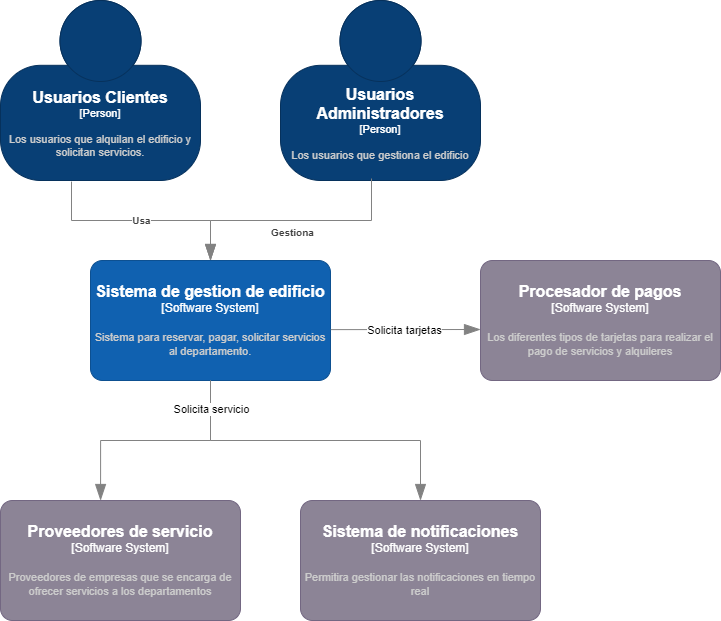
Before: 5/5.1/Diagrama Conceptual.png, a diagram exported from draw.io (ulima-arqui242/arqui242-grupo4). Source tidied: cells renumbered, new cells last; positions are measured from the earlier drawing's top-left corner, leaving out a move shared by most shapes.
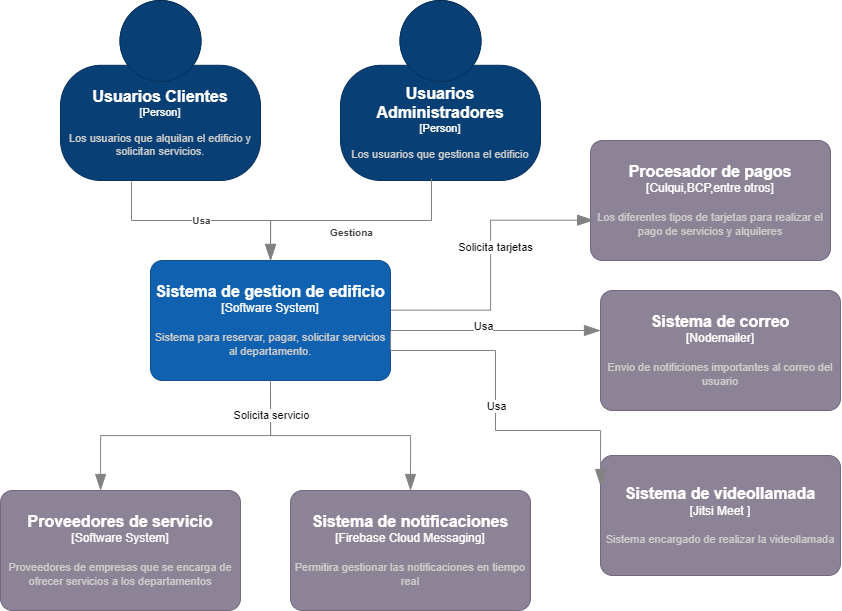
The same file after the commit.

Commit message:
Diagrama de c4  correjidos

The edit, as a diff of the source:
```diff
@@ -12,14 +12,14 @@
         <mxGeometry x="90" y="260" width="240" height="120" as="geometry" />
       </mxCell>
     </object>
-    <object id="4" label="&lt;font style=&quot;font-size: 16px&quot;&gt;&lt;b&gt;%c4Name%&lt;/b&gt;&lt;/font&gt;&lt;div&gt;[%c4Type%]&lt;/div&gt;&lt;br&gt;&lt;div&gt;&lt;font style=&quot;font-size: 11px&quot;&gt;&lt;font color=&quot;#cccccc&quot;&gt;%c4Description%&lt;/font&gt;&lt;/div&gt;" c4Description="Los diferentes tipos de tarjetas para realizar el pago de servicios y alquileres" c4Name="Procesador de pagos" c4Type="Software System" placeholders="1">
+    <object id="4" label="&lt;font style=&quot;font-size: 16px&quot;&gt;&lt;b&gt;%c4Name%&lt;/b&gt;&lt;/font&gt;&lt;div&gt;[%c4Type%]&lt;/div&gt;&lt;br&gt;&lt;div&gt;&lt;font style=&quot;font-size: 11px&quot;&gt;&lt;font color=&quot;#cccccc&quot;&gt;%c4Description%&lt;/font&gt;&lt;/div&gt;" c4Description="Los diferentes tipos de tarjetas para realizar el pago de servicios y alquileres" c4Name="Procesador de pagos" c4Type="Culqui,BCP,entre otros" placeholders="1">
       <mxCell style="rounded=1;whiteSpace=wrap;html=1;labelBackgroundColor=none;fillColor=#8C8496;fontColor=#ffffff;align=center;arcSize=10;strokeColor=#736782;points=[[0.25,0,0],[0.5,0,0],[0.75,0,0],[1,0.25,0],[1,0.5,0],[1,0.75,0],[0.75,1,0],[0.5,1,0],[0.25,1,0],[0,0.75,0],[0,0.5,0],[0,0.25,0]];" parent="1" vertex="1">
-        <mxGeometry x="480" y="260" width="240" height="120" as="geometry" />
+        <mxGeometry x="530" y="140" width="240" height="120" as="geometry" />
       </mxCell>
     </object>
     <object id="5" label="&lt;font style=&quot;font-size: 16px&quot;&gt;&lt;b&gt;%c4Name%&lt;/b&gt;&lt;/font&gt;&lt;div&gt;[%c4Type%]&lt;/div&gt;&lt;br&gt;&lt;div&gt;&lt;font style=&quot;font-size: 11px&quot;&gt;&lt;font color=&quot;#cccccc&quot;&gt;%c4Description%&lt;/font&gt;&lt;/div&gt;" c4Description="Proveedores de empresas que se encarga de ofrecer servicios a los departamentos" c4Name="Proveedores de servicio" c4Type="Software System" placeholders="1">
       <mxCell style="rounded=1;whiteSpace=wrap;html=1;labelBackgroundColor=none;fillColor=#8C8496;fontColor=#ffffff;align=center;arcSize=10;strokeColor=#736782;points=[[0.25,0,0],[0.5,0,0],[0.75,0,0],[1,0.25,0],[1,0.5,0],[1,0.75,0],[0.75,1,0],[0.5,1,0],[0.25,1,0],[0,0.75,0],[0,0.5,0],[0,0.25,0]];" parent="1" vertex="1">
-        <mxGeometry y="500" width="240" height="120" as="geometry" />
+        <mxGeometry x="-60" y="490" width="240" height="120" as="geometry" />
       </mxCell>
     </object>
     <object id="6" label="&lt;div style=&quot;text-align: left&quot;&gt;&lt;div style=&quot;text-align: center&quot;&gt;&lt;b&gt;%c4Description%&lt;/b&gt;&lt;/div&gt;" c4Description="Gestiona" c4Type="Relationship" placeholders="1">
@@ -42,9 +42,9 @@
         <mxGeometry relative="1" as="geometry" />
       </mxCell>
     </object>
-    <object id="9" label="&lt;font style=&quot;font-size: 16px&quot;&gt;&lt;b&gt;%c4Name%&lt;/b&gt;&lt;/font&gt;&lt;div&gt;[%c4Type%]&lt;/div&gt;&lt;br&gt;&lt;div&gt;&lt;font style=&quot;font-size: 11px&quot;&gt;&lt;font color=&quot;#cccccc&quot;&gt;%c4Description%&lt;/font&gt;&lt;/div&gt;" c4Description="Permitira gestionar las notificaciones en tiempo real" c4Name="Sistema de notificaciones" c4Type="Software System" placeholders="1">
+    <object id="9" label="&lt;font style=&quot;font-size: 16px&quot;&gt;&lt;b&gt;%c4Name%&lt;/b&gt;&lt;/font&gt;&lt;div&gt;[%c4Type%]&lt;/div&gt;&lt;br&gt;&lt;div&gt;&lt;font style=&quot;font-size: 11px&quot;&gt;&lt;font color=&quot;#cccccc&quot;&gt;%c4Description%&lt;/font&gt;&lt;/div&gt;" c4Description="Permitira gestionar las notificaciones en tiempo real" c4Name="Sistema de notificaciones" c4Type="Firebase Cloud Messaging" placeholders="1">
       <mxCell style="rounded=1;whiteSpace=wrap;html=1;labelBackgroundColor=none;fillColor=#8C8496;fontColor=#ffffff;align=center;arcSize=10;strokeColor=#736782;points=[[0.25,0,0],[0.5,0,0],[0.75,0,0],[1,0.25,0],[1,0.5,0],[1,0.75,0],[0.75,1,0],[0.5,1,0],[0.25,1,0],[0,0.75,0],[0,0.5,0],[0,0.25,0]];" parent="1" vertex="1">
-        <mxGeometry x="300" y="500" width="240" height="120" as="geometry" />
+        <mxGeometry x="230" y="490" width="240" height="120" as="geometry" />
       </mxCell>
     </object>
     <object id="10" label="" c4Type="Relationship" placeholders="1">
@@ -60,15 +60,51 @@
     <mxCell id="12" value="Solicita servicio" style="edgeLabel;html=1;align=center;verticalAlign=middle;" parent="11" vertex="1">
       <mxGeometry x="-0.75" relative="1" as="geometry" />
     </mxCell>
-    <object id="13" label="" c4Type="Relationship" placeholders="1">
-      <mxCell style="endArrow=blockThin;html=1;fontSize=10;fontColor=#404040;strokeWidth=1;endFill=1;strokeColor=#828282;elbow=vertical;endSize=14;startSize=14;jumpStyle=arc;jumpSize=16;rounded=0;edgeStyle=orthogonalEdgeStyle;exitX=1.001;exitY=0.576;exitDx=0;exitDy=0;exitPerimeter=0;" parent="1" edge="1" source="3">
-        <mxGeometry relative="1" as="geometry">
-          <mxPoint x="480" y="329" as="targetPoint" />
-        </mxGeometry>
-      </mxCell>
-    </object>
+    <object id="15" label="" c4Type="Relationship" placeholders="1">
+      <mxCell style="endArrow=blockThin;html=1;fontSize=10;fontColor=#404040;strokeWidth=1;endFill=1;strokeColor=#828282;elbow=vertical;endSize=14;startSize=14;jumpStyle=arc;jumpSize=16;rounded=0;edgeStyle=orthogonalEdgeStyle;exitX=1.002;exitY=0.414;exitDx=0;exitDy=0;exitPerimeter=0;entryX=0.013;entryY=0.664;entryDx=0;entryDy=0;entryPerimeter=0;" parent="1" edge="1" source="3" target="4">
+        <mxGeometry relative="1" as="geometry" />
+      </mxCell>
+    </object>
-    <mxCell id="14" value="Solicita tarjetas" style="edgeLabel;html=1;align=center;verticalAlign=middle;" parent="13" vertex="1">
-      <mxGeometry x="-0.03" relative="1" as="geometry" />
+    <mxCell id="14" value="Solicita tarjetas" style="edgeLabel;html=1;align=center;verticalAlign=middle;" parent="15" vertex="1">
+      <mxGeometry x="0.12" y="-4" relative="1" as="geometry" />
     </mxCell>
+    <object id="16" label="&lt;font style=&quot;font-size: 16px&quot;&gt;&lt;b&gt;%c4Name%&lt;/b&gt;&lt;/font&gt;&lt;div&gt;[%c4Type%]&lt;/div&gt;&lt;br&gt;&lt;div&gt;&lt;font style=&quot;font-size: 11px&quot;&gt;&lt;font color=&quot;#cccccc&quot;&gt;%c4Description%&lt;/font&gt;&lt;/div&gt;" c4Description="Envio de notificiones importantes al correo del usuario" c4Name="Sistema de correo" c4Type="Nodemailer" placeholders="1">
+      <mxCell style="rounded=1;whiteSpace=wrap;html=1;labelBackgroundColor=none;fillColor=#8C8496;fontColor=#ffffff;align=center;arcSize=10;strokeColor=#736782;points=[[0.25,0,0],[0.5,0,0],[0.75,0,0],[1,0.25,0],[1,0.5,0],[1,0.75,0],[0.75,1,0],[0.5,1,0],[0.25,1,0],[0,0.75,0],[0,0.5,0],[0,0.25,0]];" parent="1" vertex="1">
+        <mxGeometry x="540" y="290" width="240" height="120" as="geometry" />
+      </mxCell>
+    </object>
+    <object id="17" label="" c4Type="Relationship" placeholders="1">
+      <mxCell style="endArrow=blockThin;html=1;fontSize=10;fontColor=#404040;strokeWidth=1;endFill=1;strokeColor=#828282;elbow=vertical;endSize=14;startSize=14;jumpStyle=arc;jumpSize=16;rounded=0;edgeStyle=orthogonalEdgeStyle;exitX=1;exitY=0.75;exitDx=0;exitDy=0;exitPerimeter=0;" parent="1" edge="1" source="3" target="16">
+        <mxGeometry relative="1" as="geometry">
+          <Array as="points">
+            <mxPoint x="330" y="330" />
+          </Array>
+        </mxGeometry>
+      </mxCell>
+    </object>
+    <mxCell id="18" value="Usa" style="edgeLabel;html=1;align=center;verticalAlign=middle;" parent="17" vertex="1">
+      <mxGeometry x="-0.02" y="4" relative="1" as="geometry">
+        <mxPoint y="-1" as="offset" />
+      </mxGeometry>
+    </mxCell>
+    <object id="19" label="&lt;font style=&quot;font-size: 16px&quot;&gt;&lt;b&gt;%c4Name%&lt;/b&gt;&lt;/font&gt;&lt;div&gt;[%c4Type%]&lt;/div&gt;&lt;br&gt;&lt;div&gt;&lt;font style=&quot;font-size: 11px&quot;&gt;&lt;font color=&quot;#cccccc&quot;&gt;%c4Description%&lt;/font&gt;&lt;/div&gt;" c4Description="Sistema encargado de realizar la videollamada" c4Name="Sistema de videollamada" c4Type="Jitsi Meet " placeholders="1">
+      <mxCell style="rounded=1;whiteSpace=wrap;html=1;labelBackgroundColor=none;fillColor=#8C8496;fontColor=#ffffff;align=center;arcSize=10;strokeColor=#736782;points=[[0.25,0,0],[0.5,0,0],[0.75,0,0],[1,0.25,0],[1,0.5,0],[1,0.75,0],[0.75,1,0],[0.5,1,0],[0.25,1,0],[0,0.75,0],[0,0.5,0],[0,0.25,0]];" parent="1" vertex="1">
+        <mxGeometry x="540" y="455" width="240" height="120" as="geometry" />
+      </mxCell>
+    </object>
+    <object id="20" label="" c4Type="Relationship" placeholders="1">
+      <mxCell style="endArrow=blockThin;html=1;fontSize=10;fontColor=#404040;strokeWidth=1;endFill=1;strokeColor=#828282;elbow=vertical;endSize=14;startSize=14;jumpStyle=arc;jumpSize=16;rounded=0;edgeStyle=orthogonalEdgeStyle;exitX=1;exitY=0.75;exitDx=0;exitDy=0;exitPerimeter=0;entryX=0;entryY=0.25;entryDx=0;entryDy=0;entryPerimeter=0;" parent="1" edge="1" source="3" target="19">
+        <mxGeometry relative="1" as="geometry">
+          <Array as="points">
+            <mxPoint x="435" y="350" />
+            <mxPoint x="435" y="430" />
+            <mxPoint x="540" y="430" />
+          </Array>
+        </mxGeometry>
+      </mxCell>
+    </object>
+    <mxCell id="21" value="Usa" style="edgeLabel;html=1;align=center;verticalAlign=middle;" parent="20" vertex="1">
+      <mxGeometry x="-0.07" relative="1" as="geometry" />
+    </mxCell>
   </root>
 </mxGraphModel>
```
